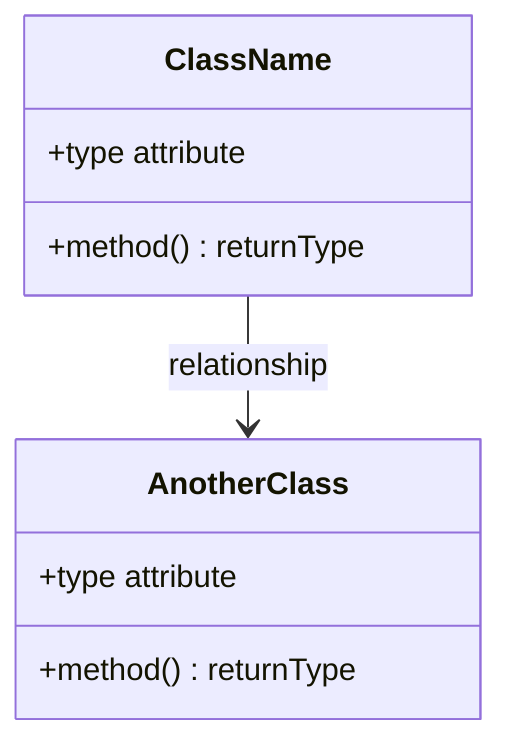
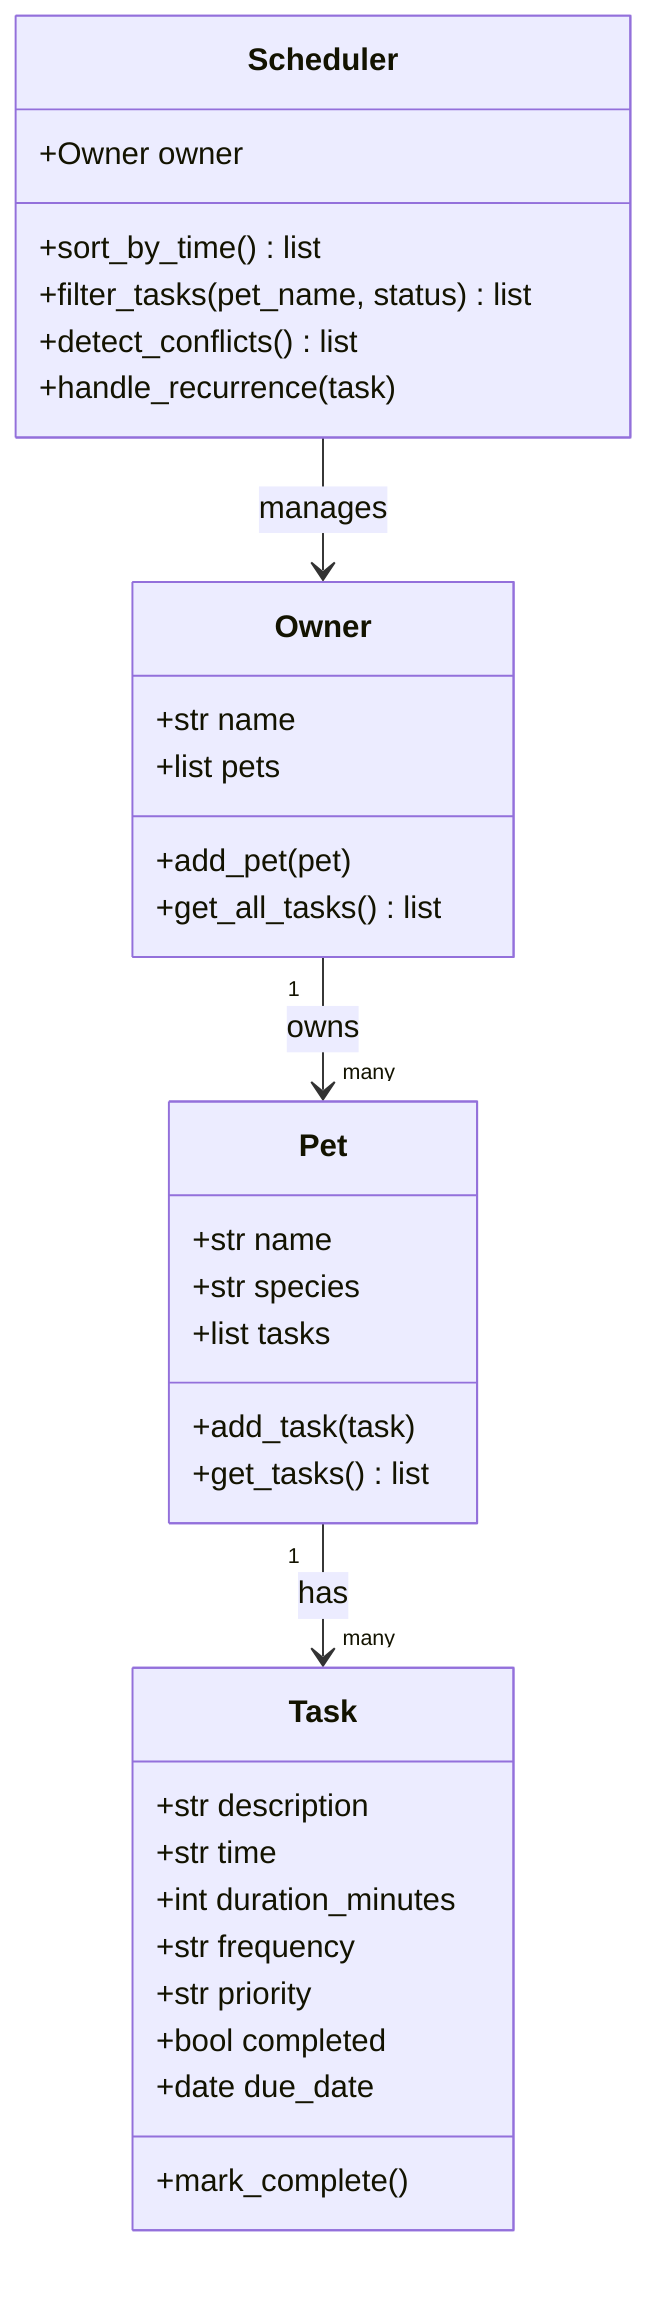
classDiagram
-     %% Replace the placeholders below with your actual classes, attributes, methods, and relationships.
-     %% Keep this file updated so it matches your final implementation.
- 
-     class ClassName {
-         +type attribute
-         +method() returnType
+     class Task {
+         +str description
+         +str time
+         +int duration_minutes
+         +str frequency
+         +str priority
+         +bool completed
+         +date due_date
+         +mark_complete()
    }

-     class AnotherClass {
-         +type attribute
-         +method() returnType
+     class Pet {
+         +str name
+         +str species
+         +list tasks
+         +add_task(task)
+         +get_tasks() list
    }

-     ClassName --> AnotherClass : relationship
+     class Owner {
+         +str name
+         +list pets
+         +add_pet(pet)
+         +get_all_tasks() list
+     }
+ 
+     class Scheduler {
+         +Owner owner
+         +sort_by_time() list
+         +filter_tasks(pet_name, status) list
+         +detect_conflicts() list
+         +handle_recurrence(task)
+     }
+ 
+     Owner "1" --> "many" Pet : owns
+     Pet "1" --> "many" Task : has
+     Scheduler --> Owner : manages